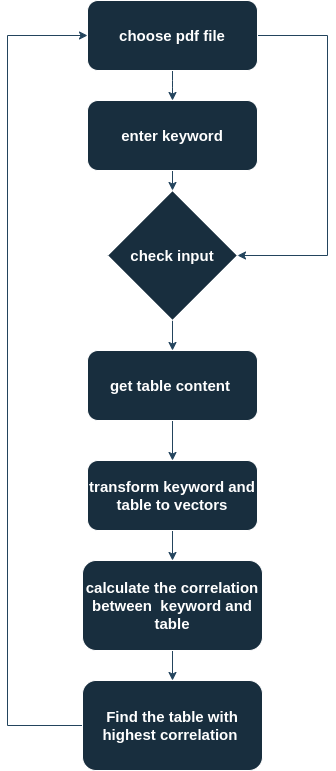
The draw.io diagram images/flow.png in yichenglin726/HW3a, before a commit. Source tidied: cells renumbered, new cells last; positions are measured from the earlier drawing's top-left corner, leaving out a move shared by most shapes. The source it was exported from:
```xml
<mxGraphModel>
  <root>
    <mxCell id="0" />
    <mxCell id="1" parent="0" />
    <mxCell id="2" style="edgeStyle=orthogonalEdgeStyle;rounded=1;jettySize=auto;html=1;entryX=0.5;entryY=0;entryDx=0;entryDy=0;labelBackgroundColor=none;fontColor=default;fontSize=15;strokeColor=#23445D;" parent="1" edge="1" source="4" target="6">
      <mxGeometry relative="1" as="geometry" />
    </mxCell>
    <mxCell id="3" style="edgeStyle=orthogonalEdgeStyle;rounded=0;jettySize=auto;html=1;exitX=1;exitY=0.5;exitDx=0;exitDy=0;entryX=1;entryY=0.5;entryDx=0;entryDy=0;strokeColor=#23445D;fontSize=15;" parent="1" edge="1" source="4" target="16">
      <mxGeometry relative="1" as="geometry">
        <Array as="points">
          <mxPoint x="320" y="35" />
          <mxPoint x="320" y="255" />
        </Array>
      </mxGeometry>
    </mxCell>
    <mxCell id="4" value="&lt;b style=&quot;font-size: 15px;&quot;&gt;choose pdf &lt;font style=&quot;font-size: 15px;&quot;&gt;file&lt;/font&gt;&lt;/b&gt;" style="rounded=1;whiteSpace=wrap;html=1;labelBackgroundColor=none;fontSize=15;fillColor=#182E3E;strokeColor=#FFFFFF;fontColor=#FFFFFF;" parent="1" vertex="1">
      <mxGeometry x="80" width="170" height="70" as="geometry" />
    </mxCell>
    <mxCell id="5" style="edgeStyle=orthogonalEdgeStyle;rounded=0;jettySize=auto;html=1;exitX=0.5;exitY=1;exitDx=0;exitDy=0;labelBackgroundColor=none;fontColor=default;fontSize=15;strokeColor=#23445D;entryX=0.5;entryY=0;entryDx=0;entryDy=0;" parent="1" edge="1" source="6" target="16">
      <mxGeometry relative="1" as="geometry" />
    </mxCell>
    <mxCell id="6" value="&lt;b&gt;enter keyword&lt;/b&gt;" style="rounded=1;whiteSpace=wrap;html=1;labelBackgroundColor=none;fontSize=15;fillColor=#182E3E;strokeColor=#FFFFFF;fontColor=#FFFFFF;" parent="1" vertex="1">
      <mxGeometry x="80" y="100" width="170" height="70" as="geometry" />
    </mxCell>
    <mxCell id="7" style="edgeStyle=orthogonalEdgeStyle;rounded=0;jettySize=auto;html=1;exitX=0.5;exitY=1;exitDx=0;exitDy=0;entryX=0.5;entryY=0;entryDx=0;entryDy=0;fontColor=default;fontSize=15;labelBackgroundColor=none;strokeColor=#23445D;" parent="1" edge="1" source="8" target="10">
      <mxGeometry relative="1" as="geometry" />
    </mxCell>
    <mxCell id="8" value="&lt;span style=&quot;font-size: 15px;&quot;&gt;&lt;b style=&quot;font-size: 15px;&quot;&gt;get table content&amp;nbsp;&lt;/b&gt;&lt;/span&gt;" style="rounded=1;whiteSpace=wrap;html=1;labelBackgroundColor=none;fontSize=15;fillColor=#182E3E;strokeColor=#FFFFFF;fontColor=#FFFFFF;" parent="1" vertex="1">
      <mxGeometry x="80" y="350" width="170" height="70" as="geometry" />
    </mxCell>
    <mxCell id="9" style="edgeStyle=orthogonalEdgeStyle;rounded=0;jettySize=auto;html=1;entryX=0.5;entryY=0;entryDx=0;entryDy=0;fontColor=default;fontSize=15;labelBackgroundColor=none;strokeColor=#23445D;" parent="1" edge="1" source="10" target="12">
      <mxGeometry relative="1" as="geometry" />
    </mxCell>
    <mxCell id="10" value="&lt;span style=&quot;font-size: 15px;&quot;&gt;&lt;b style=&quot;font-size: 15px;&quot;&gt;transform keyword and table to vectors&lt;/b&gt;&lt;/span&gt;" style="rounded=1;whiteSpace=wrap;html=1;labelBackgroundColor=none;fontSize=15;fillColor=#182E3E;strokeColor=#FFFFFF;fontColor=#FFFFFF;" parent="1" vertex="1">
      <mxGeometry x="80" y="460" width="170" height="70" as="geometry" />
    </mxCell>
    <mxCell id="11" style="edgeStyle=orthogonalEdgeStyle;rounded=0;jettySize=auto;html=1;exitX=0.5;exitY=1;exitDx=0;exitDy=0;fontColor=default;labelBackgroundColor=none;strokeColor=#23445D;fontSize=15;" parent="1" edge="1" source="12" target="14">
      <mxGeometry relative="1" as="geometry" />
    </mxCell>
    <mxCell id="12" value="&lt;span style=&quot;font-size: 15px;&quot;&gt;&lt;b style=&quot;font-size: 15px;&quot;&gt;calculate the correlation between&amp;nbsp; keyword and table&lt;/b&gt;&lt;/span&gt;" style="rounded=1;whiteSpace=wrap;html=1;labelBackgroundColor=none;fontSize=15;fillColor=#182E3E;strokeColor=#FFFFFF;fontColor=#FFFFFF;" parent="1" vertex="1">
      <mxGeometry x="75" y="560" width="180" height="90" as="geometry" />
    </mxCell>
    <mxCell id="13" style="edgeStyle=orthogonalEdgeStyle;rounded=0;jettySize=auto;html=1;entryX=0;entryY=0.5;entryDx=0;entryDy=0;strokeColor=#23445D;" parent="1" edge="1" source="14" target="4">
      <mxGeometry relative="1" as="geometry">
        <Array as="points">
          <mxPoint y="725" />
          <mxPoint y="35" />
        </Array>
      </mxGeometry>
    </mxCell>
    <mxCell id="14" value="&lt;b style=&quot;font-size: 15px;&quot;&gt;Find the table with highest correlation&amp;nbsp;&lt;/b&gt;" style="rounded=1;whiteSpace=wrap;html=1;labelBackgroundColor=none;fontSize=15;fillColor=#182E3E;strokeColor=#FFFFFF;fontColor=#FFFFFF;" parent="1" vertex="1">
      <mxGeometry x="75" y="680" width="180" height="90" as="geometry" />
    </mxCell>
    <mxCell id="15" style="edgeStyle=orthogonalEdgeStyle;rounded=0;jettySize=auto;html=1;exitX=0.5;exitY=1;exitDx=0;exitDy=0;entryX=0.5;entryY=0;entryDx=0;entryDy=0;strokeColor=#23445D;fontSize=15;" parent="1" edge="1" source="16" target="8">
      <mxGeometry relative="1" as="geometry" />
    </mxCell>
    <mxCell id="16" value="&lt;b style=&quot;border-color: var(--border-color); font-size: 15px;&quot;&gt;check input&lt;/b&gt;" style="rhombus;whiteSpace=wrap;html=1;strokeColor=#FFFFFF;fontColor=#FFFFFF;fillColor=#182E3E;fontSize=15;" parent="1" vertex="1">
      <mxGeometry x="100" y="190" width="130" height="130" as="geometry" />
    </mxCell>
  </root>
</mxGraphModel>
```
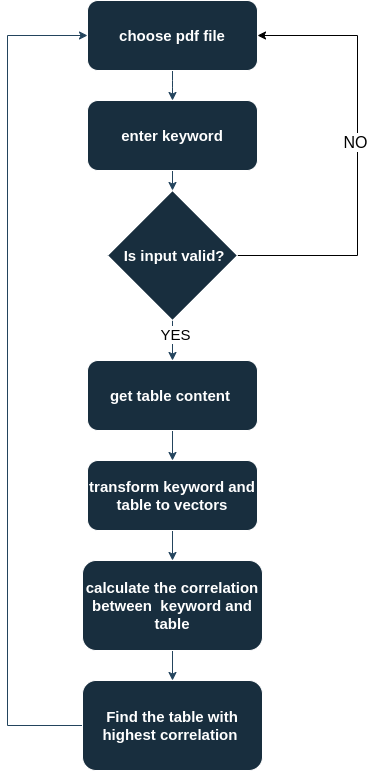
Later version of the same file.

The edit, as a diff of the source:
```diff
@@ -5,14 +5,6 @@
     <mxCell id="2" style="edgeStyle=orthogonalEdgeStyle;rounded=1;jettySize=auto;html=1;entryX=0.5;entryY=0;entryDx=0;entryDy=0;labelBackgroundColor=none;fontColor=default;fontSize=15;strokeColor=#23445D;" parent="1" edge="1" source="4" target="6">
       <mxGeometry relative="1" as="geometry" />
     </mxCell>
-    <mxCell id="3" style="edgeStyle=orthogonalEdgeStyle;rounded=0;jettySize=auto;html=1;exitX=1;exitY=0.5;exitDx=0;exitDy=0;entryX=1;entryY=0.5;entryDx=0;entryDy=0;strokeColor=#23445D;fontSize=15;" parent="1" edge="1" source="4" target="16">
-      <mxGeometry relative="1" as="geometry">
-        <Array as="points">
-          <mxPoint x="320" y="35" />
-          <mxPoint x="320" y="255" />
-        </Array>
-      </mxGeometry>
-    </mxCell>
     <mxCell id="4" value="&lt;b style=&quot;font-size: 15px;&quot;&gt;choose pdf &lt;font style=&quot;font-size: 15px;&quot;&gt;file&lt;/font&gt;&lt;/b&gt;" style="rounded=1;whiteSpace=wrap;html=1;labelBackgroundColor=none;fontSize=15;fillColor=#182E3E;strokeColor=#FFFFFF;fontColor=#FFFFFF;" parent="1" vertex="1">
       <mxGeometry x="80" width="170" height="70" as="geometry" />
     </mxCell>
@@ -26,7 +18,7 @@
       <mxGeometry relative="1" as="geometry" />
     </mxCell>
     <mxCell id="8" value="&lt;span style=&quot;font-size: 15px;&quot;&gt;&lt;b style=&quot;font-size: 15px;&quot;&gt;get table content&amp;nbsp;&lt;/b&gt;&lt;/span&gt;" style="rounded=1;whiteSpace=wrap;html=1;labelBackgroundColor=none;fontSize=15;fillColor=#182E3E;strokeColor=#FFFFFF;fontColor=#FFFFFF;" parent="1" vertex="1">
-      <mxGeometry x="80" y="350" width="170" height="70" as="geometry" />
+      <mxGeometry x="80" y="360" width="170" height="70" as="geometry" />
     </mxCell>
     <mxCell id="9" style="edgeStyle=orthogonalEdgeStyle;rounded=0;jettySize=auto;html=1;entryX=0.5;entryY=0;entryDx=0;entryDy=0;fontColor=default;fontSize=15;labelBackgroundColor=none;strokeColor=#23445D;" parent="1" edge="1" source="10" target="12">
       <mxGeometry relative="1" as="geometry" />
@@ -54,7 +46,21 @@
     <mxCell id="15" style="edgeStyle=orthogonalEdgeStyle;rounded=0;jettySize=auto;html=1;exitX=0.5;exitY=1;exitDx=0;exitDy=0;entryX=0.5;entryY=0;entryDx=0;entryDy=0;strokeColor=#23445D;fontSize=15;" parent="1" edge="1" source="16" target="8">
       <mxGeometry relative="1" as="geometry" />
     </mxCell>
+    <mxCell id="17" value="&lt;font style=&quot;font-size: 15px;&quot;&gt;YES&lt;/font&gt;" style="edgeLabel;html=1;align=center;verticalAlign=middle;" parent="15" vertex="1">
+      <mxGeometry x="-0.33" y="2" relative="1" as="geometry" />
+    </mxCell>
+    <mxCell id="18" style="edgeStyle=orthogonalEdgeStyle;rounded=0;jettySize=auto;html=1;entryX=1;entryY=0.5;entryDx=0;entryDy=0;" parent="1" edge="1" source="16" target="4">
+      <mxGeometry relative="1" as="geometry">
+        <Array as="points">
+          <mxPoint x="350" y="255" />
+          <mxPoint x="350" y="35" />
+        </Array>
+      </mxGeometry>
+    </mxCell>
+    <mxCell id="19" value="&lt;font style=&quot;font-size: 16px;&quot;&gt;NO&lt;/font&gt;" style="edgeLabel;html=1;align=center;verticalAlign=middle;" parent="18" vertex="1">
+      <mxGeometry x="0.06" y="3" relative="1" as="geometry" />
+    </mxCell>
-    <mxCell id="16" value="&lt;b style=&quot;border-color: var(--border-color); font-size: 15px;&quot;&gt;check input&lt;/b&gt;" style="rhombus;whiteSpace=wrap;html=1;strokeColor=#FFFFFF;fontColor=#FFFFFF;fillColor=#182E3E;fontSize=15;" parent="1" vertex="1">
+    <mxCell id="16" value="&lt;b style=&quot;border-color: var(--border-color); font-size: 15px;&quot;&gt;&amp;nbsp;Is input valid?&lt;/b&gt;" style="rhombus;whiteSpace=wrap;html=1;strokeColor=#FFFFFF;fontColor=#FFFFFF;fillColor=#182E3E;fontSize=15;" parent="1" vertex="1">
       <mxGeometry x="100" y="190" width="130" height="130" as="geometry" />
     </mxCell>
   </root>
```
